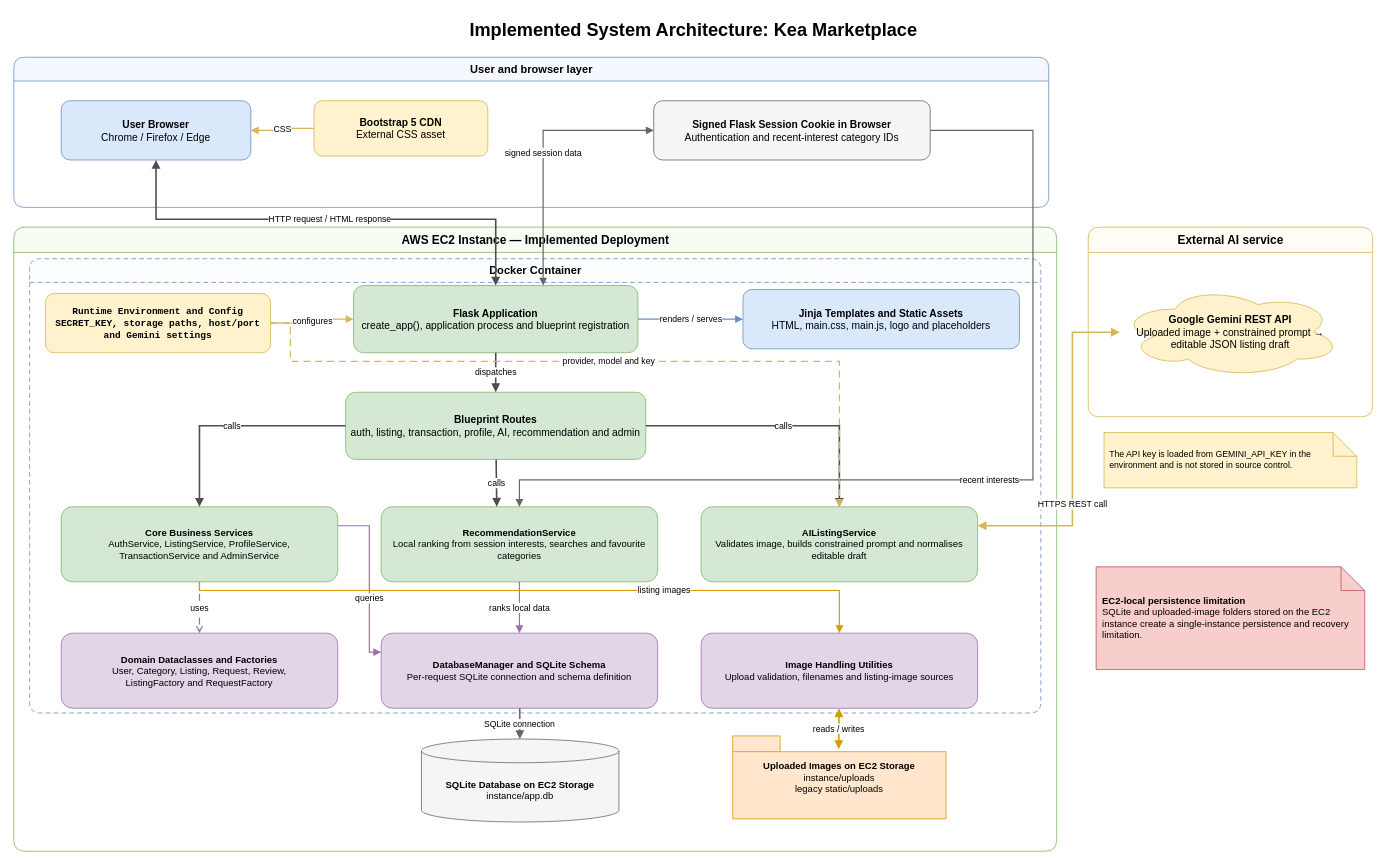
Earlier version of the draw.io diagram diagram/system_architecture.drawio (aimeefan99/MSE800-KEA-OnlineShopping). Source tidied: cells renumbered, new cells numbered last; positions are measured from the earlier drawing's top-left corner, leaving out a move shared by most shapes. Both pictures are drawn from the tidied source at 79%, with x=0, y=0 at pixel (13, 13).
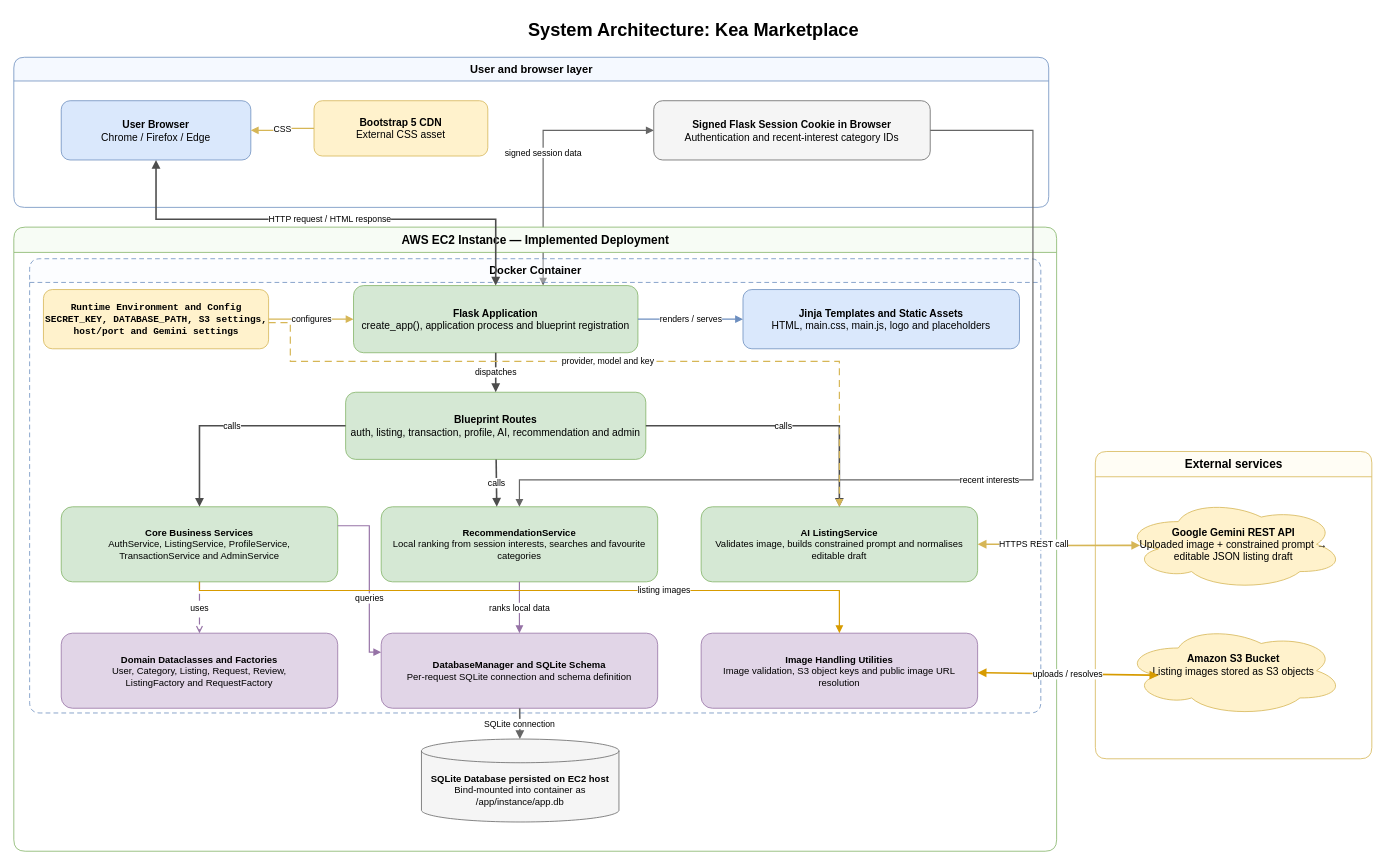
The same page after the edit.

Unchanged cells that the change refers to:
```xml
<mxCell id="3" value="User and browser layer" style="swimlane;html=1;horizontal=1;startSize=30;rounded=1;strokeColor=#6C8EBF;fillColor=#F5F9FF;fontStyle=1;fontSize=14;" parent="1" vertex="1">
  <mxGeometry y="55" width="1310" height="190" as="geometry" />
</mxCell>
<mxCell id="6" value="Signed Flask Session Cookie in Browser&lt;br/&gt;&lt;span style=&quot;font-weight:normal&quot;&gt;Authentication and recent-interest category IDs&lt;/span&gt;" style="rounded=1;whiteSpace=wrap;html=1;fillColor=#F5F5F5;strokeColor=#666666;fontSize=13;fontStyle=1;" parent="1" vertex="1">
  <mxGeometry x="810" y="110" width="350" height="75" as="geometry" />
</mxCell>
<mxCell id="8" value="Docker Container" style="swimlane;html=1;horizontal=1;startSize=30;rounded=1;strokeColor=#6C8EBF;fillColor=#F5F9FF;fillOpacity=35;fontStyle=1;fontSize=14;dashed=1;dashPattern=6 4;" parent="1" vertex="1">
  <mxGeometry x="20" y="310" width="1280" height="575" as="geometry" />
</mxCell>
<mxCell id="10" value="Flask Application&lt;br/&gt;&lt;span style=&quot;font-weight:normal&quot;&gt;create_app(), application process and blueprint registration&lt;/span&gt;" style="rounded=1;whiteSpace=wrap;html=1;fillColor=#D5E8D4;strokeColor=#82B366;fontSize=13;fontStyle=1;" parent="1" vertex="1">
  <mxGeometry x="430" y="344" width="360" height="85" as="geometry" />
</mxCell>
```

Diff of the diagram source:
```diff
@@
-    <mxCell id="2" value="Implemented System Architecture: Kea Marketplace" style="text;html=1;strokeColor=none;fillColor=none;fontSize=23;fontStyle=1;align=center;" parent="1" vertex="1">
+    <mxCell id="2" value="System Architecture: Kea Marketplace" style="text;html=1;strokeColor=none;fillColor=none;fontSize=23;fontStyle=1;align=center;" parent="1" vertex="1">
       <mxGeometry x="435" width="850" height="40" as="geometry" />
     </mxCell>
@@
+    <mxCell id="28" value="signed session data" style="edgeStyle=orthogonalEdgeStyle;startArrow=block;endArrow=block;html=1;rounded=0;strokeWidth=1.5;strokeColor=#666666;" parent="3" edge="1" source="6" target="10">
+      <mxGeometry relative="1" as="geometry">
+        <Array as="points">
+          <mxPoint x="670" y="93" />
+        </Array>
+      </mxGeometry>
+    </mxCell>
@@
-    <mxCell id="9" value="&lt;code&gt;Runtime Environment and Config&lt;/code&gt;&lt;br&gt;&lt;code&gt;SECRET_KEY, storage paths, host/port and Gemini settings&lt;/code&gt;" style="rounded=1;whiteSpace=wrap;html=1;fillColor=#FFF2CC;strokeColor=#D6B656;fontSize=12;fontStyle=1;" parent="1" vertex="1">
-      <mxGeometry x="40" y="354" width="285" height="75" as="geometry" />
+    <mxCell id="9" value="&lt;code&gt;Runtime Environment and Config&lt;/code&gt;&lt;br&gt;&lt;code&gt;SECRET_KEY, DATABASE_PATH, S3 settings, host/port and Gemini settings&lt;/code&gt;" style="rounded=1;whiteSpace=wrap;html=1;fillColor=#FFF2CC;strokeColor=#D6B656;fontSize=12;fontStyle=1;" parent="8" vertex="1">
+      <mxGeometry x="17.5" y="39" width="285" height="75" as="geometry" />
     </mxCell>
@@
-    <mxCell id="15" value="AIListingService&lt;br/&gt;&lt;span style=&quot;font-weight:normal&quot;&gt;Validates image, builds constrained prompt and normalises editable draft&lt;/span&gt;" style="rounded=1;whiteSpace=wrap;html=1;fillColor=#D5E8D4;strokeColor=#82B366;fontSize=12;fontStyle=1;" parent="1" vertex="1">
+    <mxCell id="15" value="AI ListingService&lt;br&gt;&lt;span style=&quot;font-weight:normal&quot;&gt;Validates image, builds constrained prompt and normalises editable draft&lt;/span&gt;" style="rounded=1;whiteSpace=wrap;html=1;fillColor=#D5E8D4;strokeColor=#82B366;fontSize=12;fontStyle=1;" parent="1" vertex="1">
       <mxGeometry x="870" y="624" width="350" height="95" as="geometry" />
     </mxCell>
@@
-    <mxCell id="18" value="Image Handling Utilities&lt;br/&gt;&lt;span style=&quot;font-weight:normal&quot;&gt;Upload validation, filenames and listing-image sources&lt;/span&gt;" style="rounded=1;whiteSpace=wrap;html=1;fillColor=#E1D5E7;strokeColor=#9673A6;fontSize=12;fontStyle=1;" parent="1" vertex="1">
+    <mxCell id="18" value="Image Handling Utilities&lt;br/&gt;&lt;span style=&quot;font-weight:normal&quot;&gt;Image validation, S3 object keys and public image URL resolution&lt;/span&gt;" style="rounded=1;whiteSpace=wrap;html=1;fillColor=#E1D5E7;strokeColor=#9673A6;fontSize=12;fontStyle=1;" parent="1" vertex="1">
       <mxGeometry x="870" y="784" width="350" height="95" as="geometry" />
     </mxCell>
-    <mxCell id="19" value="SQLite Database on EC2 Storage&lt;br/&gt;&lt;span style=&quot;font-weight:normal&quot;&gt;instance/app.db&lt;/span&gt;" style="shape=cylinder3;whiteSpace=wrap;html=1;boundedLbl=1;backgroundOutline=1;size=15;fillColor=#F5F5F5;strokeColor=#666666;fontSize=12;fontStyle=1;" parent="1" vertex="1">
+    <mxCell id="19" value="SQLite Database persisted on EC2 host&lt;br/&gt;&lt;span style=&quot;font-weight:normal&quot;&gt;Bind-mounted into container as /app/instance/app.db&lt;/span&gt;" style="shape=cylinder3;whiteSpace=wrap;html=1;boundedLbl=1;backgroundOutline=1;size=15;fillColor=#F5F5F5;strokeColor=#666666;fontSize=12;fontStyle=1;" parent="1" vertex="1">
       <mxGeometry x="516" y="918" width="250" height="105" as="geometry" />
     </mxCell>
-    <mxCell id="20" value="Uploaded Images on EC2 Storage&lt;br/&gt;&lt;span style=&quot;font-weight:normal&quot;&gt;instance/uploads&lt;br/&gt;legacy static/uploads&lt;/span&gt;" style="shape=folder;tabWidth=60;tabHeight=20;tabPosition=left;html=1;whiteSpace=wrap;fillColor=#FFE6CC;strokeColor=#D79B00;fontSize=12;fontStyle=1;" parent="1" vertex="1">
-      <mxGeometry x="910" y="914" width="270" height="105" as="geometry" />
-    </mxCell>
-    <mxCell id="21" value="External AI service" style="swimlane;html=1;horizontal=1;startSize=32;rounded=1;strokeColor=#D6B656;fillColor=#FFFDF5;fontStyle=1;fontSize=15;" parent="1" vertex="1">
-      <mxGeometry x="1360" y="270" width="360" height="240" as="geometry" />
+    <mxCell id="21" value="External services" style="swimlane;html=1;horizontal=1;startSize=32;rounded=1;strokeColor=#D6B656;fillColor=#FFFDF5;fontStyle=1;fontSize=15;" parent="1" vertex="1">
+      <mxGeometry x="1369" y="554" width="350" height="389" as="geometry" />
     </mxCell>
+    <mxCell id="43" value="Amazon S3 Bucket&lt;br&gt;&lt;span style=&quot;font-weight:normal&quot;&gt;Listing images stored as S3 objects&lt;/span&gt;&lt;div&gt;&lt;br/&gt;&lt;/div&gt;" style="shape=cloud;whiteSpace=wrap;html=1;fillColor=#FFF2CC;strokeColor=#D6B656;fontSize=13;fontStyle=1;" parent="21" vertex="1">
+      <mxGeometry x="35" y="220" width="280" height="115" as="geometry" />
+    </mxCell>
-    <mxCell id="22" value="Google Gemini REST API&lt;br&gt;&lt;span style=&quot;font-weight: normal;&quot;&gt;Uploaded image + constrained prompt → editable JSON listing draft&lt;/span&gt;" style="shape=cloud;whiteSpace=wrap;html=1;fillColor=#FFF2CC;strokeColor=#D6B656;fontSize=13;fontStyle=1;" parent="1" vertex="1">
-      <mxGeometry x="1400" y="345" width="280" height="115" as="geometry" />
+    <mxCell id="22" value="Google Gemini REST API&lt;br&gt;&lt;span style=&quot;font-weight: normal;&quot;&gt;Uploaded image + constrained prompt → editable JSON listing draft&lt;/span&gt;" style="shape=cloud;whiteSpace=wrap;html=1;fillColor=#FFF2CC;strokeColor=#D6B656;fontSize=13;fontStyle=1;" parent="21" vertex="1">
+      <mxGeometry x="35" y="60" width="280" height="115" as="geometry" />
     </mxCell>
-    <mxCell id="23" value="The API key is loaded from GEMINI_API_KEY in the environment and is not stored in source control." style="shape=note;whiteSpace=wrap;html=1;backgroundOutline=1;fillColor=#FFF2CC;strokeColor=#D6B656;fontSize=11;align=left;spacing=7;" parent="1" vertex="1">
-      <mxGeometry x="1380" y="530" width="320" height="70" as="geometry" />
-    </mxCell>
-    <mxCell id="24" value="&lt;strong&gt;EC2-local persistence limitation&lt;/strong&gt;&lt;br&gt;SQLite and uploaded-image folders stored on the EC2 instance create a single-instance persistence and recovery limitation." style="shape=note;whiteSpace=wrap;html=1;backgroundOutline=1;fillColor=#F8CECC;strokeColor=#B85450;fontSize=12;align=left;spacing=8;" parent="1" vertex="1">
-      <mxGeometry x="1370" y="700" width="340" height="130" as="geometry" />
-    </mxCell>
@@
-    <mxCell id="28" value="signed session data" style="edgeStyle=orthogonalEdgeStyle;startArrow=block;endArrow=block;html=1;rounded=0;strokeWidth=1.5;strokeColor=#666666;" parent="1" edge="1" source="6" target="10">
-      <mxGeometry relative="1" as="geometry">
-        <Array as="points">
-          <mxPoint x="670" y="148" />
-        </Array>
-      </mxGeometry>
-    </mxCell>
@@
-    <mxCell id="40" value="reads / writes" style="endArrow=block;startArrow=block;html=1;rounded=0;strokeWidth=2;strokeColor=#D79B00;entryX=0.497;entryY=0.159;entryDx=0;entryDy=0;entryPerimeter=0;" parent="1" edge="1" source="18" target="20">
+    <mxCell id="40" value="uploads / resolves" style="endArrow=block;startArrow=block;html=1;rounded=0;strokeWidth=2;strokeColor=#D79B00;entryX=0.16;entryY=0.55;entryDx=0;entryDy=0;entryPerimeter=0;" parent="1" edge="1" source="18" target="43">
       <mxGeometry relative="1" as="geometry" />
     </mxCell>
-    <mxCell id="41" value="HTTPS REST call" style="edgeStyle=orthogonalEdgeStyle;endArrow=block;startArrow=block;html=1;rounded=0;strokeWidth=2;strokeColor=#D6B656;" parent="1" edge="1" source="15" target="22">
-      <mxGeometry x="-0.31" relative="1" as="geometry">
-        <Array as="points">
-          <mxPoint x="1340" y="648" />
-          <mxPoint x="1340" y="403" />
-        </Array>
-      </mxGeometry>
+    <mxCell id="41" value="HTTPS REST call" style="edgeStyle=orthogonalEdgeStyle;endArrow=block;startArrow=block;html=1;rounded=0;strokeWidth=2;strokeColor=#D6B656;exitX=1;exitY=0.5;exitDx=0;exitDy=0;entryX=0.078;entryY=0.512;entryDx=0;entryDy=0;entryPerimeter=0;" parent="1" edge="1" source="15" target="22">
+      <mxGeometry x="-0.31" relative="1" as="geometry" />
     </mxCell>
```
